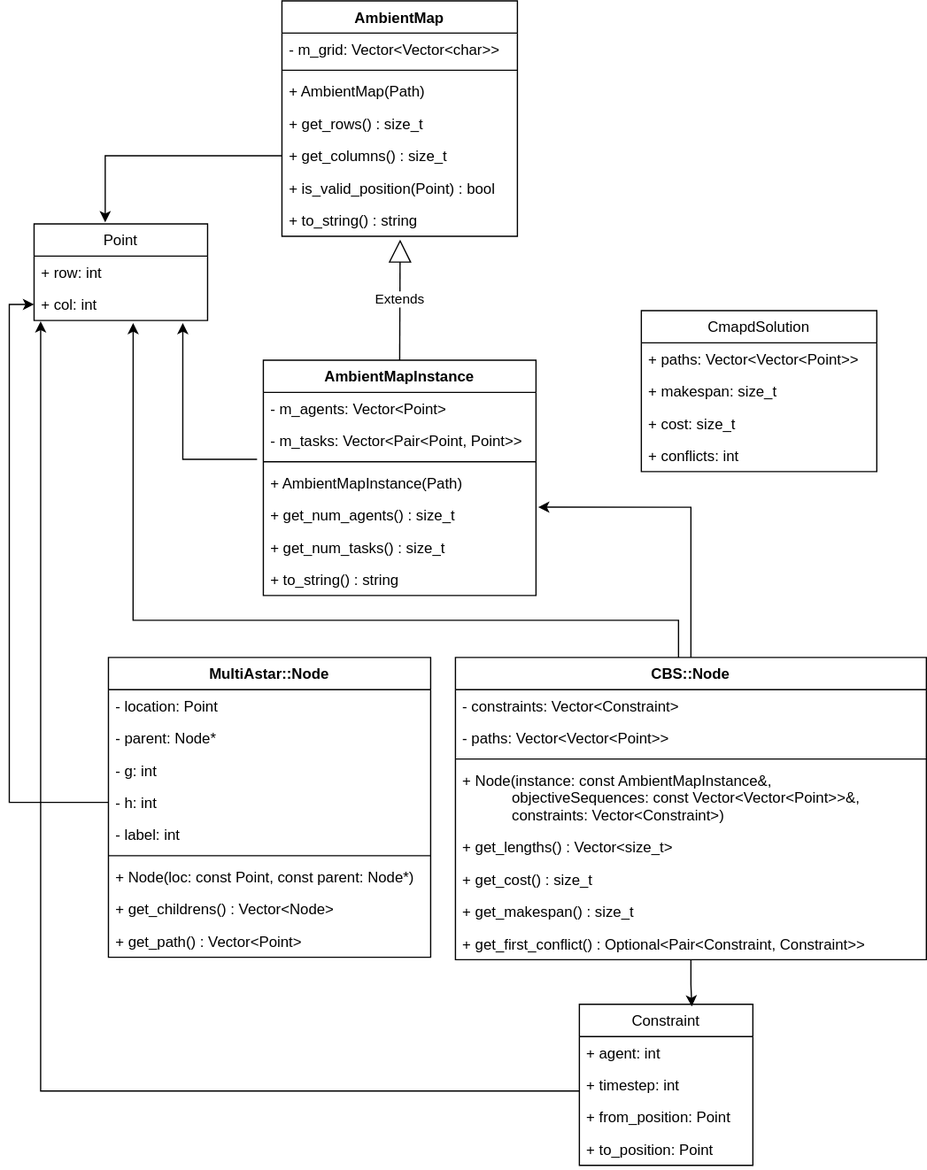
The draw.io diagram doc/cmapd_uml.drawio.svg in zagoli/capacitated-mapd, before a commit. Source tidied: cells renumbered, new cells last; positions are measured from the earlier drawing's top-left corner, leaving out a move shared by most shapes.
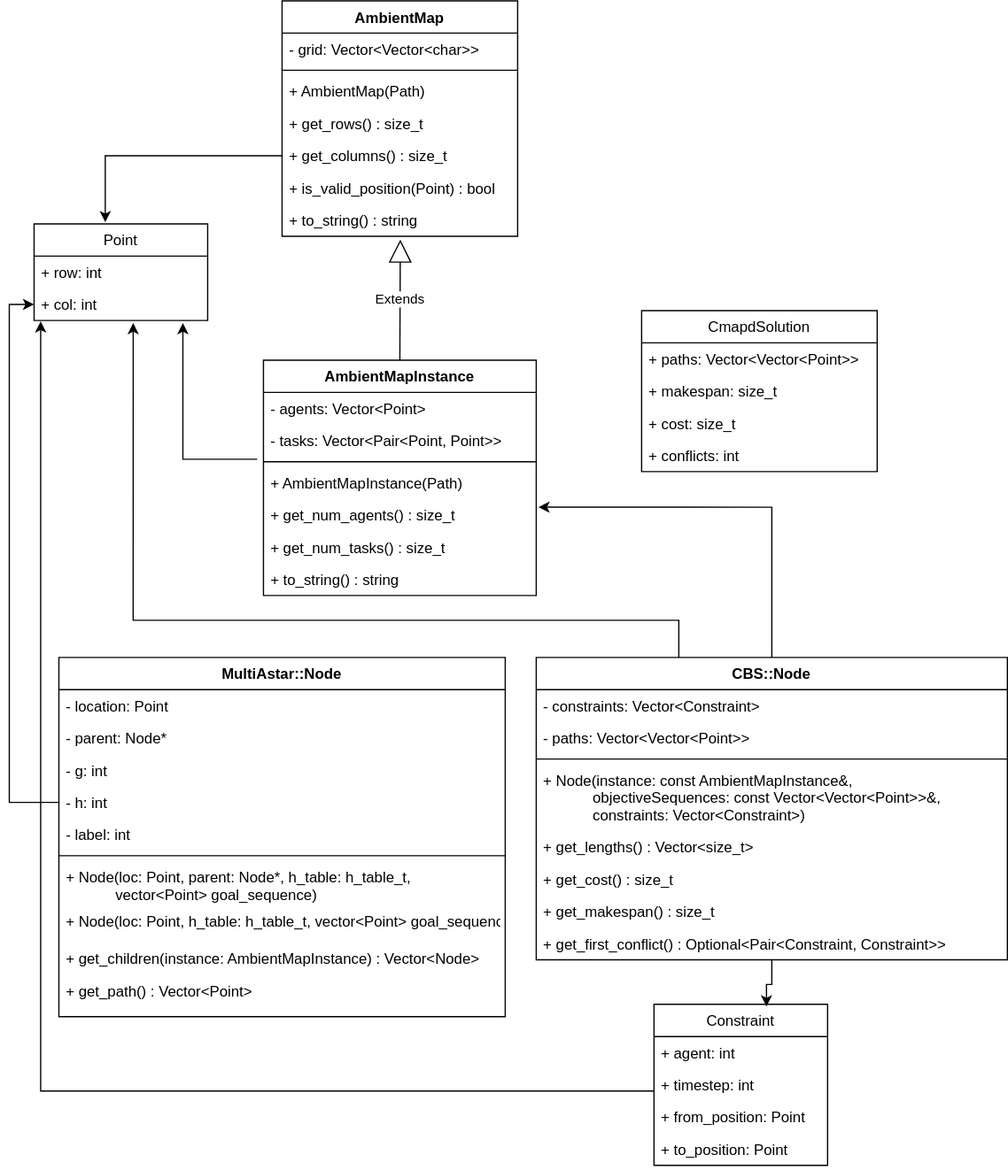
Above is the later version.

Diff of the diagram source:
```diff
@@ -86,34 +86,37 @@
       </mxGeometry>
     </mxCell>
     <mxCell id="29" value="MultiAstar::Node" style="swimlane;fontStyle=1;align=center;verticalAlign=top;horizontal=1;startSize=26;" parent="1" vertex="1">
-      <mxGeometry x="60" y="530" width="260" height="242" as="geometry" />
+      <mxGeometry x="20" y="530" width="360" height="290" as="geometry" />
     </mxCell>
     <mxCell id="30" value="- location: Point" style="text;strokeColor=none;fillColor=none;align=left;verticalAlign=top;spacingLeft=4;spacingRight=4;overflow=hidden;" parent="29" vertex="1">
-      <mxGeometry y="26" width="260" height="26" as="geometry" />
+      <mxGeometry y="26" width="360" height="26" as="geometry" />
     </mxCell>
     <mxCell id="31" value="- parent: Node*" style="text;strokeColor=none;fillColor=none;align=left;verticalAlign=top;spacingLeft=4;spacingRight=4;overflow=hidden;" parent="29" vertex="1">
-      <mxGeometry y="52" width="260" height="26" as="geometry" />
+      <mxGeometry y="52" width="360" height="26" as="geometry" />
     </mxCell>
     <mxCell id="32" value="- g: int" style="text;strokeColor=none;fillColor=none;align=left;verticalAlign=top;spacingLeft=4;spacingRight=4;overflow=hidden;" parent="29" vertex="1">
-      <mxGeometry y="78" width="260" height="26" as="geometry" />
+      <mxGeometry y="78" width="360" height="26" as="geometry" />
     </mxCell>
     <mxCell id="33" value="- h: int" style="text;strokeColor=none;fillColor=none;align=left;verticalAlign=top;spacingLeft=4;spacingRight=4;overflow=hidden;points=[[0,0.5],[1,0.5]];portConstraint=eastwest;" parent="29" vertex="1">
-      <mxGeometry y="104" width="260" height="26" as="geometry" />
+      <mxGeometry y="104" width="360" height="26" as="geometry" />
     </mxCell>
     <mxCell id="34" value="- label: int" style="text;strokeColor=none;fillColor=none;align=left;verticalAlign=top;spacingLeft=4;spacingRight=4;overflow=hidden;" parent="29" vertex="1">
-      <mxGeometry y="130" width="260" height="26" as="geometry" />
+      <mxGeometry y="130" width="360" height="26" as="geometry" />
     </mxCell>
     <mxCell id="35" style="line;strokeWidth=1;fillColor=none;align=left;verticalAlign=middle;spacingTop=-1;spacingLeft=3;spacingRight=3;labelPosition=right;strokeColor=inherit;" parent="29" vertex="1">
-      <mxGeometry y="156" width="260" height="8" as="geometry" />
+      <mxGeometry y="156" width="360" height="8" as="geometry" />
     </mxCell>
-    <mxCell id="36" value="+ Node(loc: const Point, const parent: Node*)" style="text;strokeColor=none;fillColor=none;align=left;verticalAlign=top;spacingLeft=4;spacingRight=4;overflow=hidden;" parent="29" vertex="1">
-      <mxGeometry y="164" width="260" height="26" as="geometry" />
+    <mxCell id="36" value="+ Node(loc: Point, parent: Node*, h_table: h_table_t, &#10;            vector&lt;Point&gt; goal_sequence)" style="text;strokeColor=none;fillColor=none;align=left;verticalAlign=top;spacingLeft=4;spacingRight=4;overflow=hidden;" parent="29" vertex="1">
+      <mxGeometry y="164" width="360" height="36" as="geometry" />
     </mxCell>
+    <mxCell id="58" value="+ Node(loc: Point, h_table: h_table_t, vector&lt;Point&gt; goal_sequence)" style="text;strokeColor=none;fillColor=none;align=left;verticalAlign=top;spacingLeft=4;spacingRight=4;overflow=hidden;" parent="29" vertex="1">
+      <mxGeometry y="200" width="360" height="30" as="geometry" />
+    </mxCell>
-    <mxCell id="37" value="+ get_childrens() : Vector&lt;Node&gt;" style="text;strokeColor=none;fillColor=none;align=left;verticalAlign=top;spacingLeft=4;spacingRight=4;overflow=hidden;" parent="29" vertex="1">
-      <mxGeometry y="190" width="260" height="26" as="geometry" />
+    <mxCell id="37" value="+ get_children(instance: AmbientMapInstance) : Vector&lt;Node&gt;" style="text;strokeColor=none;fillColor=none;align=left;verticalAlign=top;spacingLeft=4;spacingRight=4;overflow=hidden;" parent="29" vertex="1">
+      <mxGeometry y="230" width="360" height="26" as="geometry" />
     </mxCell>
     <mxCell id="38" value="+ get_path() : Vector&lt;Point&gt;" style="text;strokeColor=none;fillColor=none;align=left;verticalAlign=top;spacingLeft=4;spacingRight=4;overflow=hidden;" parent="29" vertex="1">
-      <mxGeometry y="216" width="260" height="26" as="geometry" />
+      <mxGeometry y="256" width="360" height="34" as="geometry" />
     </mxCell>
     <mxCell id="39" style="edgeStyle=orthogonalEdgeStyle;rounded=0;jettySize=auto;html=1;entryX=0.571;entryY=1.077;entryDx=0;entryDy=0;entryPerimeter=0;" parent="1" edge="1" source="42" target="4">
       <mxGeometry relative="1" as="geometry">
@@ -130,7 +133,7 @@
       <mxGeometry relative="1" as="geometry" />
     </mxCell>
     <mxCell id="42" value="CBS::Node" style="swimlane;fontStyle=1;align=center;verticalAlign=top;horizontal=1;startSize=26;" parent="1" vertex="1">
-      <mxGeometry x="340" y="530" width="380" height="244" as="geometry" />
+      <mxGeometry x="405" y="530" width="380" height="244" as="geometry" />
     </mxCell>
     <mxCell id="43" value="- constraints: Vector&lt;Constraint&gt;" style="text;strokeColor=none;fillColor=none;align=left;verticalAlign=top;spacingLeft=4;spacingRight=4;overflow=hidden;" parent="42" vertex="1">
       <mxGeometry y="26" width="380" height="26" as="geometry" />
@@ -167,7 +170,7 @@
       </mxGeometry>
     </mxCell>
     <mxCell id="53" value="Constraint" style="swimlane;fontStyle=0;horizontal=1;startSize=26;fillColor=none;" parent="1" vertex="1">
-      <mxGeometry x="440" y="810" width="140" height="130" as="geometry" />
+      <mxGeometry x="500" y="810" width="140" height="130" as="geometry" />
     </mxCell>
     <mxCell id="54" value="+ agent: int" style="text;strokeColor=none;fillColor=none;align=left;verticalAlign=top;spacingLeft=4;spacingRight=4;overflow=hidden;" parent="53" vertex="1">
       <mxGeometry y="26" width="140" height="26" as="geometry" />
```
